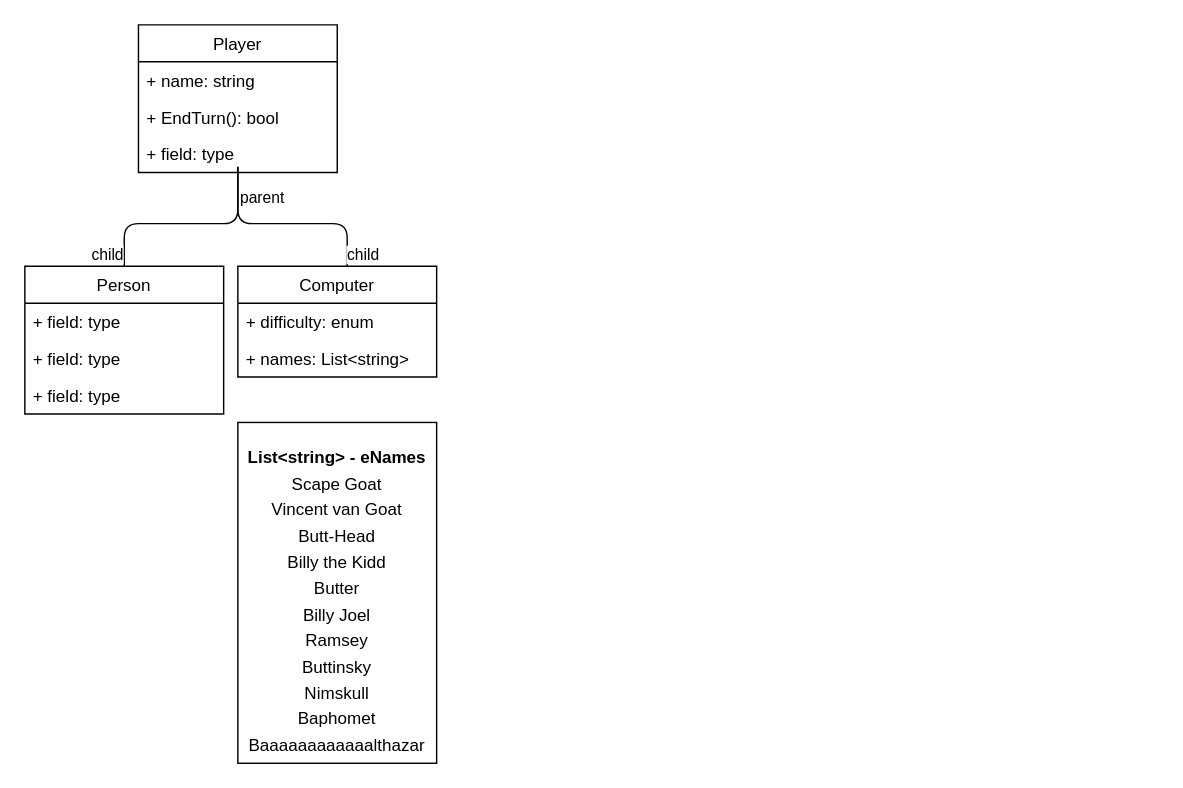
Before: UML.drawio in MacLeod17/NimbleGoat, a draw.io diagram. Source tidied: cells renumbered, new cells numbered last; positions are measured from the earlier drawing's top-left corner, leaving out a move shared by most shapes. Both pictures are drawn from the tidied source at 142%, with x=0, y=0 at pixel (24, 24).
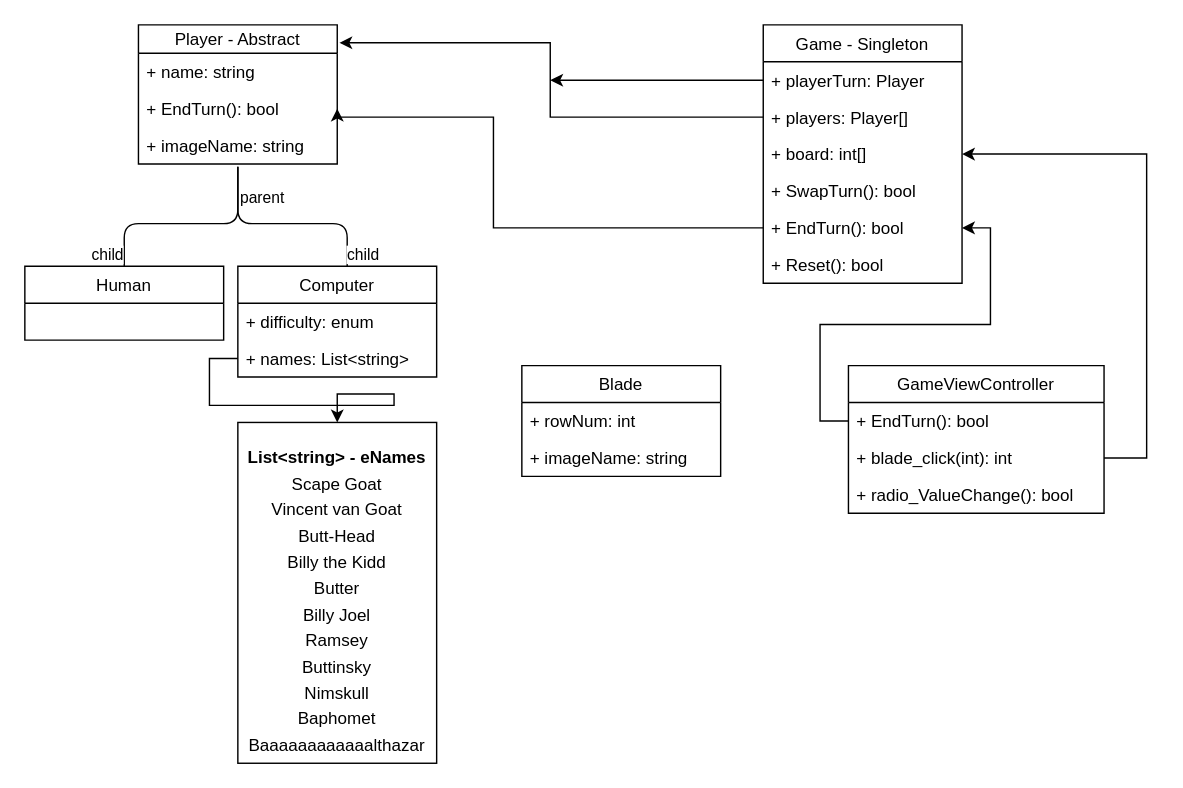
The same diagram, later.

Unchanged cells that the change refers to:
```xml
<mxCell id="12" value="+ names: List&lt;string&gt;" style="text;strokeColor=none;fillColor=none;align=left;verticalAlign=top;spacingLeft=4;spacingRight=4;overflow=hidden;points=[[0,0.5],[1,0.5]];portConstraint=eastwest;" parent="10" vertex="1">
  <mxGeometry y="52" width="140" height="26" as="geometry" />
</mxCell>
<mxCell id="18" value="&lt;p style=&quot;margin: 0px ; margin-top: 4px ; text-align: center&quot;&gt;&lt;br&gt;&lt;b&gt;List&amp;lt;string&amp;gt; - eNames&lt;/b&gt;&lt;/p&gt;&lt;p style=&quot;margin: 0px ; margin-top: 4px ; text-align: center&quot;&gt;Scape Goat&lt;/p&gt;&lt;p style=&quot;margin: 0px ; margin-top: 4px ; text-align: center&quot;&gt;Vincent van Goat&lt;/p&gt;&lt;p style=&quot;margin: 0px ; margin-top: 4px ; text-align: center&quot;&gt;Butt-Head&lt;/p&gt;&lt;p style=&quot;margin: 0px ; margin-top: 4px ; text-align: center&quot;&gt;Billy the Kidd&lt;/p&gt;&lt;p style=&quot;margin: 0px ; margin-top: 4px ; text-align: center&quot;&gt;Butter&lt;/p&gt;&lt;p style=&quot;margin: 0px ; margin-top: 4px ; text-align: center&quot;&gt;Billy Joel&lt;/p&gt;&lt;p style=&quot;margin: 0px ; margin-top: 4px ; text-align: center&quot;&gt;Ramsey&lt;/p&gt;&lt;p style=&quot;margin: 0px ; margin-top: 4px ; text-align: center&quot;&gt;Buttinsky&lt;/p&gt;&lt;p style=&quot;margin: 0px ; margin-top: 4px ; text-align: center&quot;&gt;Nimskull&lt;/p&gt;&lt;p style=&quot;margin: 0px ; margin-top: 4px ; text-align: center&quot;&gt;Baphomet&lt;/p&gt;&lt;p style=&quot;margin: 0px ; margin-top: 4px ; text-align: center&quot;&gt;Baaaaaaaaaaaalthazar&lt;/p&gt;&lt;p style=&quot;margin: 0px ; margin-top: 4px ; text-align: center&quot;&gt;&lt;br&gt;&lt;/p&gt;" style="verticalAlign=top;align=left;overflow=fill;fontSize=12;fontFamily=Helvetica;html=1;" parent="1" vertex="1">
  <mxGeometry x="150" y="280" width="140" height="240" as="geometry" />
</mxCell>
```

Diff of the diagram source:
```diff
@@
-    <mxCell id="2" value="Player" style="swimlane;fontStyle=0;horizontal=1;startSize=26;fillColor=none;" parent="1" vertex="1">
-      <mxGeometry x="80" width="140" height="104" as="geometry" />
+    <mxCell id="2" value="Player - Abstract" style="swimlane;fontStyle=0;horizontal=1;startSize=20;fillColor=none;" parent="1" vertex="1">
+      <mxGeometry x="80" width="140" height="98" as="geometry" />
     </mxCell>
     <mxCell id="3" value="+ name: string" style="text;strokeColor=none;fillColor=none;align=left;verticalAlign=top;spacingLeft=4;spacingRight=4;overflow=hidden;" parent="2" vertex="1">
-      <mxGeometry y="26" width="140" height="26" as="geometry" />
+      <mxGeometry y="20" width="140" height="26" as="geometry" />
     </mxCell>
     <mxCell id="4" value="+ EndTurn(): bool " style="text;strokeColor=none;fillColor=none;align=left;verticalAlign=top;spacingLeft=4;spacingRight=4;overflow=hidden;points=[[0,0.5],[1,0.5]];portConstraint=eastwest;" parent="2" vertex="1">
-      <mxGeometry y="52" width="140" height="26" as="geometry" />
+      <mxGeometry y="46" width="140" height="26" as="geometry" />
     </mxCell>
-    <mxCell id="5" value="+ field: type" style="text;strokeColor=none;fillColor=none;align=left;verticalAlign=top;spacingLeft=4;spacingRight=4;overflow=hidden;" parent="2" vertex="1">
-      <mxGeometry y="78" width="140" height="26" as="geometry" />
+    <mxCell id="5" value="+ imageName: string" style="text;strokeColor=none;fillColor=none;align=left;verticalAlign=top;spacingLeft=4;spacingRight=4;overflow=hidden;" parent="2" vertex="1">
+      <mxGeometry y="72" width="140" height="26" as="geometry" />
     </mxCell>
-    <mxCell id="6" value="Person" style="swimlane;fontStyle=0;horizontal=1;startSize=26;fillColor=none;" parent="1" vertex="1">
-      <mxGeometry y="170" width="140" height="104" as="geometry" />
+    <mxCell id="6" value="Human" style="swimlane;fontStyle=0;horizontal=1;startSize=26;fillColor=none;" parent="1" vertex="1">
+      <mxGeometry y="170" width="140" height="52" as="geometry" />
     </mxCell>
-    <mxCell id="7" value="+ field: type" style="text;strokeColor=none;fillColor=none;align=left;verticalAlign=top;spacingLeft=4;spacingRight=4;overflow=hidden;" parent="6" vertex="1">
-      <mxGeometry y="26" width="140" height="26" as="geometry" />
-    </mxCell>
-    <mxCell id="8" value="+ field: type" style="text;strokeColor=none;fillColor=none;align=left;verticalAlign=top;spacingLeft=4;spacingRight=4;overflow=hidden;" parent="6" vertex="1">
-      <mxGeometry y="52" width="140" height="26" as="geometry" />
-    </mxCell>
-    <mxCell id="9" value="+ field: type" style="text;strokeColor=none;fillColor=none;align=left;verticalAlign=top;spacingLeft=4;spacingRight=4;overflow=hidden;" parent="6" vertex="1">
-      <mxGeometry y="78" width="140" height="26" as="geometry" />
-    </mxCell>
@@
+    <mxCell id="19" value="Game - Singleton" style="swimlane;fontStyle=0;horizontal=1;startSize=26;fillColor=none;" parent="1" vertex="1">
+      <mxGeometry x="520" width="140" height="182" as="geometry" />
+    </mxCell>
+    <mxCell id="20" value="+ playerTurn: Player" style="text;strokeColor=none;fillColor=none;align=left;verticalAlign=top;spacingLeft=4;spacingRight=4;overflow=hidden;points=[[0,0.5],[1,0.5]];portConstraint=eastwest;" parent="19" vertex="1">
+      <mxGeometry y="26" width="140" height="26" as="geometry" />
+    </mxCell>
+    <mxCell id="21" value="+ players: Player[]" style="text;strokeColor=none;fillColor=none;align=left;verticalAlign=top;spacingLeft=4;spacingRight=4;overflow=hidden;points=[[0,0.5],[1,0.5]];portConstraint=eastwest;" parent="19" vertex="1">
+      <mxGeometry y="52" width="140" height="26" as="geometry" />
+    </mxCell>
+    <mxCell id="22" value="+ board: int[]" style="text;strokeColor=none;fillColor=none;align=left;verticalAlign=top;spacingLeft=4;spacingRight=4;overflow=hidden;points=[[0,0.5],[1,0.5]];portConstraint=eastwest;" parent="19" vertex="1">
+      <mxGeometry y="78" width="140" height="26" as="geometry" />
+    </mxCell>
+    <mxCell id="23" value="+ SwapTurn(): bool" style="text;strokeColor=none;fillColor=none;align=left;verticalAlign=top;spacingLeft=4;spacingRight=4;overflow=hidden;" parent="19" vertex="1">
+      <mxGeometry y="104" width="140" height="26" as="geometry" />
+    </mxCell>
+    <mxCell id="24" value="+ EndTurn(): bool" style="text;strokeColor=none;fillColor=none;align=left;verticalAlign=top;spacingLeft=4;spacingRight=4;overflow=hidden;points=[[0,0.5],[1,0.5]];portConstraint=eastwest;" parent="19" vertex="1">
+      <mxGeometry y="130" width="140" height="26" as="geometry" />
+    </mxCell>
+    <mxCell id="25" value="+ Reset(): bool" style="text;strokeColor=none;fillColor=none;align=left;verticalAlign=top;spacingLeft=4;spacingRight=4;overflow=hidden;" parent="19" vertex="1">
+      <mxGeometry y="156" width="140" height="26" as="geometry" />
+    </mxCell>
+    <mxCell id="26" style="edgeStyle=orthogonalEdgeStyle;rounded=0;jettySize=auto;html=1;entryX=1.011;entryY=0.129;entryDx=0;entryDy=0;entryPerimeter=0;" parent="1" edge="1" source="21" target="2">
+      <mxGeometry relative="1" as="geometry" />
+    </mxCell>
+    <mxCell id="27" style="edgeStyle=orthogonalEdgeStyle;rounded=0;jettySize=auto;html=1;" parent="1" edge="1" source="20">
+      <mxGeometry relative="1" as="geometry">
+        <mxPoint x="370" y="39" as="targetPoint" />
+      </mxGeometry>
+    </mxCell>
+    <mxCell id="28" value="Blade" style="swimlane;fontStyle=0;horizontal=1;startSize=26;fillColor=none;" parent="1" vertex="1">
+      <mxGeometry x="350" y="240" width="140" height="78" as="geometry" />
+    </mxCell>
+    <mxCell id="29" value="+ rowNum: int" style="text;strokeColor=none;fillColor=none;align=left;verticalAlign=top;spacingLeft=4;spacingRight=4;overflow=hidden;" parent="28" vertex="1">
+      <mxGeometry y="26" width="140" height="26" as="geometry" />
+    </mxCell>
+    <mxCell id="30" value="+ imageName: string" style="text;strokeColor=none;fillColor=none;align=left;verticalAlign=top;spacingLeft=4;spacingRight=4;overflow=hidden;" parent="28" vertex="1">
+      <mxGeometry y="52" width="140" height="26" as="geometry" />
+    </mxCell>
+    <mxCell id="31" value="GameViewController" style="swimlane;fontStyle=0;horizontal=1;startSize=26;fillColor=none;" parent="1" vertex="1">
+      <mxGeometry x="580" y="240" width="180" height="104" as="geometry" />
+    </mxCell>
+    <mxCell id="32" value="+ EndTurn(): bool" style="text;strokeColor=none;fillColor=none;align=left;verticalAlign=top;spacingLeft=4;spacingRight=4;overflow=hidden;points=[[0,0.5],[1,0.5]];portConstraint=eastwest;" parent="31" vertex="1">
+      <mxGeometry y="26" width="180" height="26" as="geometry" />
+    </mxCell>
+    <mxCell id="33" value="+ blade_click(int): int" style="text;strokeColor=none;fillColor=none;align=left;verticalAlign=top;spacingLeft=4;spacingRight=4;overflow=hidden;points=[[0,0.5],[1,0.5]];portConstraint=eastwest;" parent="31" vertex="1">
+      <mxGeometry y="52" width="180" height="26" as="geometry" />
+    </mxCell>
+    <mxCell id="34" value="+ radio_ValueChange(): bool" style="text;strokeColor=none;fillColor=none;align=left;verticalAlign=top;spacingLeft=4;spacingRight=4;overflow=hidden;" parent="31" vertex="1">
+      <mxGeometry y="78" width="180" height="26" as="geometry" />
+    </mxCell>
+    <mxCell id="35" style="edgeStyle=orthogonalEdgeStyle;rounded=0;jettySize=auto;html=1;entryX=1;entryY=0.5;entryDx=0;entryDy=0;" parent="1" edge="1" source="32" target="24">
+      <mxGeometry relative="1" as="geometry" />
+    </mxCell>
+    <mxCell id="36" style="edgeStyle=orthogonalEdgeStyle;rounded=0;jettySize=auto;html=1;entryX=1;entryY=0.5;entryDx=0;entryDy=0;" parent="1" edge="1" source="24" target="4">
+      <mxGeometry relative="1" as="geometry">
+        <Array as="points">
+          <mxPoint x="330" y="143" />
+          <mxPoint x="330" y="65" />
+        </Array>
+      </mxGeometry>
+    </mxCell>
+    <mxCell id="37" style="edgeStyle=orthogonalEdgeStyle;rounded=0;jettySize=auto;html=1;entryX=1;entryY=0.5;entryDx=0;entryDy=0;" parent="1" edge="1" source="33" target="22">
+      <mxGeometry relative="1" as="geometry">
+        <Array as="points">
+          <mxPoint x="790" y="305" />
+          <mxPoint x="790" y="91" />
+        </Array>
+      </mxGeometry>
+    </mxCell>
+    <mxCell id="38" style="edgeStyle=orthogonalEdgeStyle;rounded=0;jettySize=auto;html=1;" parent="1" edge="1" source="12" target="18">
+      <mxGeometry relative="1" as="geometry">
+        <Array as="points">
+          <mxPoint x="130" y="235" />
+          <mxPoint x="130" y="268" />
+          <mxPoint x="260" y="268" />
+          <mxPoint x="260" y="260" />
+          <mxPoint x="220" y="260" />
+        </Array>
+      </mxGeometry>
+    </mxCell>
```
